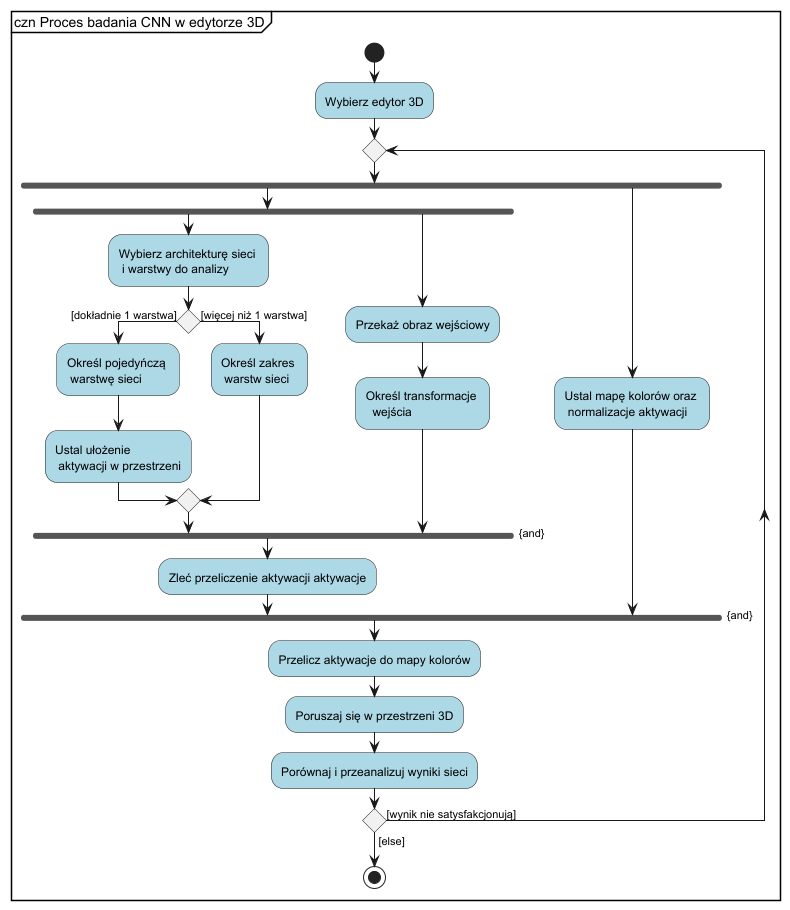
Earlier version of the PlantUML export documentation/diagrams/generated/workflow.png (ForNeus57/Vimi). Source of this version:
```plantuml
@startuml

partition "czn Proces badania CNN w edytorze 3D" {
start

#lightblue:Wybierz edytor 3D;
repeat
  fork
    fork
      #lightblue:Wybierz architekturę sieci \n i warstwy do analizy;
      if () then ([dokładnie 1 warstwa])
        #lightblue:Określ pojedyńczą \n warstwę sieci;
        #lightblue:Ustal ułożenie \n aktywacji w przestrzeni;
      else ([więcej niż 1 warstwa])
        #lightblue:Określ zakres \n warstw sieci;
      endif
    fork again
      #lightblue:Przekaż obraz wejściowy;
      #lightblue:Określ transformacje \n  wejścia;
    end fork {and}
    #lightblue:Zleć przeliczenie aktywacji aktywacje;
  fork again
    #lightblue:Ustal mapę kolorów oraz \n normalizacje aktywacji;
  fork end {and}

  #lightblue:Przelicz aktywacje do mapy kolorów;
  #lightblue:Poruszaj się w przestrzeni 3D;
  #lightblue:Porównaj i przeanalizuj wyniki sieci;
repeat while () is ([wynik nie satysfakcjonują]) not ([else])

stop
}

@enduml
```
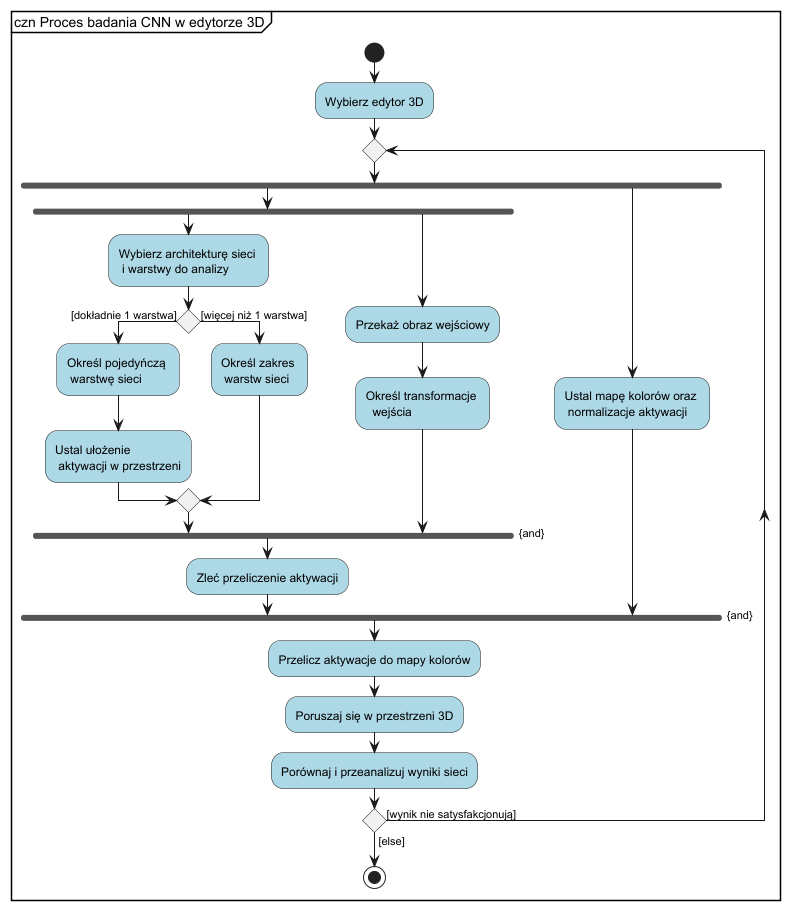
After the commit.

The edit, as a diff of the source:
```diff
@@ -18,7 +18,7 @@
       #lightblue:Przekaż obraz wejściowy;
       #lightblue:Określ transformacje \n  wejścia;
     end fork {and}
-    #lightblue:Zleć przeliczenie aktywacji aktywacje;
+    #lightblue:Zleć przeliczenie aktywacji;
   fork again
     #lightblue:Ustal mapę kolorów oraz \n normalizacje aktywacji;
   fork end {and}
```
